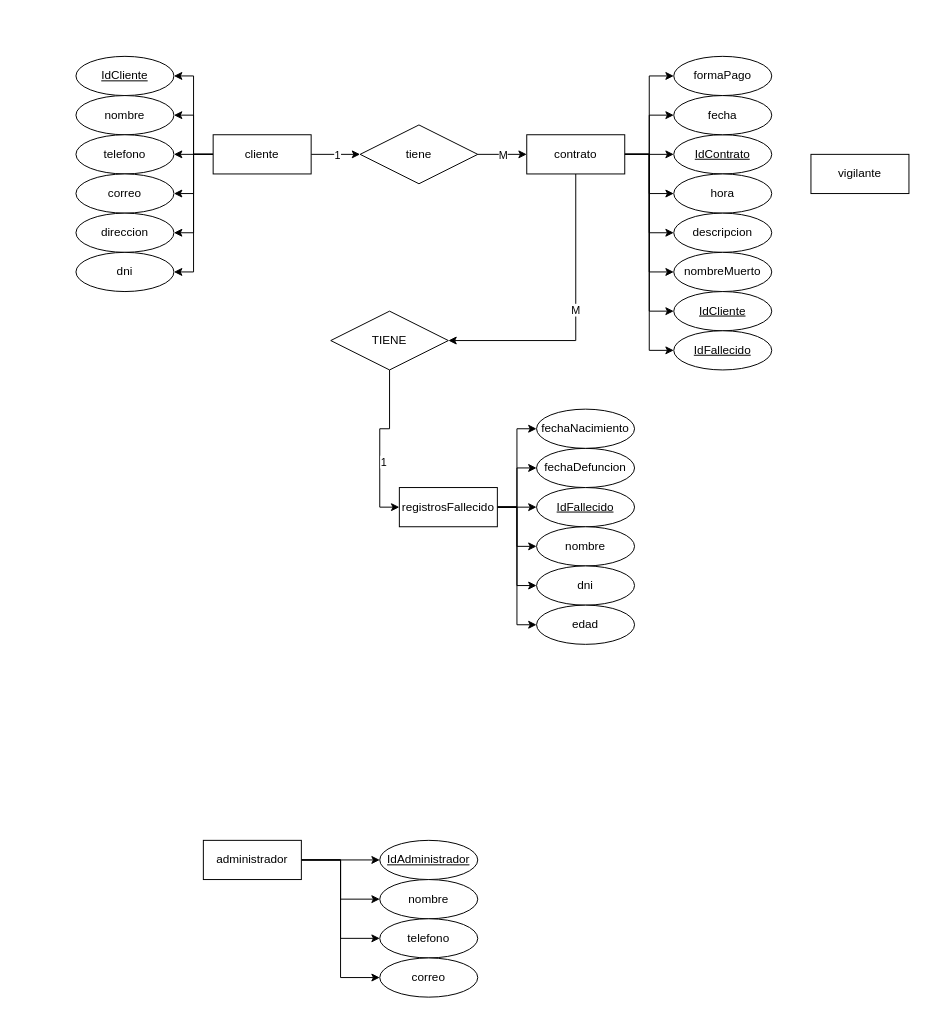
This is cementerio.drawio from jhosue-pstr/diagrama-Bd, a draw.io file, before an edit. Source tidied: cells renumbered, new cells numbered last; positions are measured from the earlier drawing's top-left corner, leaving out a move shared by most shapes. Both pictures are drawn from the tidied source at 98%, with x=0, y=0 at pixel (75, 56).
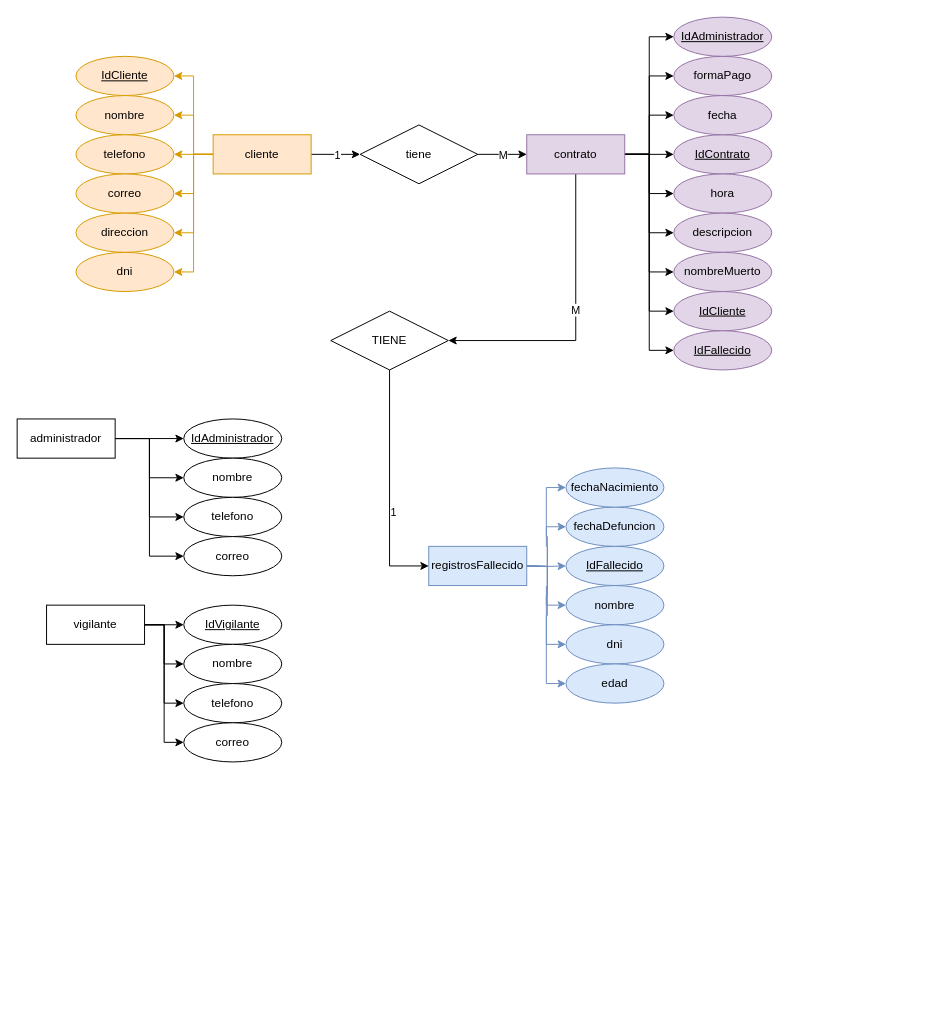
Above is the later version.

Change to the diagram source:
```diff
@@
-    <mxCell id="2" style="edgeStyle=orthogonalEdgeStyle;rounded=0;jettySize=auto;html=1;entryX=1;entryY=0.5;entryDx=0;entryDy=0;" parent="1" edge="1" source="10" target="37">
+    <mxCell id="2" style="edgeStyle=orthogonalEdgeStyle;rounded=0;jettySize=auto;html=1;entryX=1;entryY=0.5;entryDx=0;entryDy=0;fillColor=#ffe6cc;strokeColor=#d79b00;" parent="1" edge="1" source="10" target="37">
       <mxGeometry relative="1" as="geometry" />
     </mxCell>
-    <mxCell id="3" style="edgeStyle=orthogonalEdgeStyle;rounded=0;jettySize=auto;html=1;" parent="1" edge="1" source="10" target="36">
+    <mxCell id="3" style="edgeStyle=orthogonalEdgeStyle;rounded=0;jettySize=auto;html=1;fillColor=#ffe6cc;strokeColor=#d79b00;" parent="1" edge="1" source="10" target="36">
       <mxGeometry relative="1" as="geometry" />
     </mxCell>
-    <mxCell id="4" style="edgeStyle=orthogonalEdgeStyle;rounded=0;jettySize=auto;html=1;entryX=1;entryY=0.5;entryDx=0;entryDy=0;" parent="1" edge="1" source="10" target="35">
+    <mxCell id="4" style="edgeStyle=orthogonalEdgeStyle;rounded=0;jettySize=auto;html=1;entryX=1;entryY=0.5;entryDx=0;entryDy=0;fillColor=#ffe6cc;strokeColor=#d79b00;" parent="1" edge="1" source="10" target="35">
       <mxGeometry relative="1" as="geometry" />
     </mxCell>
-    <mxCell id="5" style="edgeStyle=orthogonalEdgeStyle;rounded=0;jettySize=auto;html=1;entryX=1;entryY=0.5;entryDx=0;entryDy=0;" parent="1" edge="1" source="10" target="38">
+    <mxCell id="5" style="edgeStyle=orthogonalEdgeStyle;rounded=0;jettySize=auto;html=1;entryX=1;entryY=0.5;entryDx=0;entryDy=0;fillColor=#ffe6cc;strokeColor=#d79b00;" parent="1" edge="1" source="10" target="38">
       <mxGeometry relative="1" as="geometry" />
     </mxCell>
-    <mxCell id="6" style="edgeStyle=orthogonalEdgeStyle;rounded=0;jettySize=auto;html=1;entryX=1;entryY=0.5;entryDx=0;entryDy=0;" parent="1" edge="1" source="10" target="39">
+    <mxCell id="6" style="edgeStyle=orthogonalEdgeStyle;rounded=0;jettySize=auto;html=1;entryX=1;entryY=0.5;entryDx=0;entryDy=0;fillColor=#ffe6cc;strokeColor=#d79b00;" parent="1" edge="1" source="10" target="39">
       <mxGeometry relative="1" as="geometry" />
     </mxCell>
-    <mxCell id="7" style="edgeStyle=orthogonalEdgeStyle;rounded=0;jettySize=auto;html=1;entryX=1;entryY=0.5;entryDx=0;entryDy=0;" parent="1" edge="1" source="10" target="43">
+    <mxCell id="7" style="edgeStyle=orthogonalEdgeStyle;rounded=0;jettySize=auto;html=1;entryX=1;entryY=0.5;entryDx=0;entryDy=0;fillColor=#ffe6cc;strokeColor=#d79b00;" parent="1" edge="1" source="10" target="43">
       <mxGeometry relative="1" as="geometry" />
     </mxCell>
@@
-    <mxCell id="10" value="cliente" style="whiteSpace=wrap;html=1;align=center;" parent="1" vertex="1">
+    <mxCell id="10" value="cliente" style="whiteSpace=wrap;html=1;align=center;fillColor=#ffe6cc;strokeColor=#d79b00;" parent="1" vertex="1">
       <mxGeometry x="140" y="80" width="100" height="40" as="geometry" />
     </mxCell>
@@
     <mxCell id="15" value="administrador" style="whiteSpace=wrap;html=1;align=center;" parent="1" vertex="1">
-      <mxGeometry x="130" y="800" width="100" height="40" as="geometry" />
+      <mxGeometry x="-60" y="370" width="100" height="40" as="geometry" />
     </mxCell>
-    <mxCell id="16" style="edgeStyle=orthogonalEdgeStyle;rounded=0;jettySize=auto;html=1;entryX=0;entryY=0.5;entryDx=0;entryDy=0;" parent="1" edge="1" source="22" target="45">
-      <mxGeometry relative="1" as="geometry" />
+    <mxCell id="16" style="edgeStyle=orthogonalEdgeStyle;rounded=0;jettySize=auto;html=1;entryX=0;entryY=0.5;entryDx=0;entryDy=0;fillColor=#dae8fc;strokeColor=#6c8ebf;" parent="1" edge="1" target="45">
+      <mxGeometry relative="1" as="geometry">
+        <mxPoint x="460" y="520" as="sourcePoint" />
+      </mxGeometry>
     </mxCell>
-    <mxCell id="17" style="edgeStyle=orthogonalEdgeStyle;rounded=0;jettySize=auto;html=1;entryX=0;entryY=0.5;entryDx=0;entryDy=0;" parent="1" edge="1" source="22" target="41">
-      <mxGeometry relative="1" as="geometry" />
+    <mxCell id="17" style="edgeStyle=orthogonalEdgeStyle;rounded=0;jettySize=auto;html=1;entryX=0;entryY=0.5;entryDx=0;entryDy=0;fillColor=#dae8fc;strokeColor=#6c8ebf;" parent="1" edge="1" target="41">
+      <mxGeometry relative="1" as="geometry">
+        <mxPoint x="460" y="520" as="sourcePoint" />
+      </mxGeometry>
     </mxCell>
-    <mxCell id="18" style="edgeStyle=orthogonalEdgeStyle;rounded=0;jettySize=auto;html=1;entryX=0;entryY=0.5;entryDx=0;entryDy=0;" parent="1" edge="1" source="22" target="40">
-      <mxGeometry relative="1" as="geometry" />
+    <mxCell id="18" style="edgeStyle=orthogonalEdgeStyle;rounded=0;jettySize=auto;html=1;entryX=0;entryY=0.5;entryDx=0;entryDy=0;fillColor=#dae8fc;strokeColor=#6c8ebf;" parent="1" edge="1" target="40">
+      <mxGeometry relative="1" as="geometry">
+        <mxPoint x="460" y="520" as="sourcePoint" />
+      </mxGeometry>
     </mxCell>
-    <mxCell id="19" style="edgeStyle=orthogonalEdgeStyle;rounded=0;jettySize=auto;html=1;entryX=0;entryY=0.5;entryDx=0;entryDy=0;" parent="1" edge="1" source="22" target="42">
-      <mxGeometry relative="1" as="geometry" />
+    <mxCell id="19" style="edgeStyle=orthogonalEdgeStyle;rounded=0;jettySize=auto;html=1;entryX=0;entryY=0.5;entryDx=0;entryDy=0;fillColor=#dae8fc;strokeColor=#6c8ebf;" parent="1" edge="1" target="42">
+      <mxGeometry relative="1" as="geometry">
+        <mxPoint x="460" y="520" as="sourcePoint" />
+      </mxGeometry>
     </mxCell>
-    <mxCell id="20" style="edgeStyle=orthogonalEdgeStyle;rounded=0;jettySize=auto;html=1;entryX=0;entryY=0.5;entryDx=0;entryDy=0;" parent="1" edge="1" source="22" target="44">
-      <mxGeometry relative="1" as="geometry" />
+    <mxCell id="20" style="edgeStyle=orthogonalEdgeStyle;rounded=0;jettySize=auto;html=1;entryX=0;entryY=0.5;entryDx=0;entryDy=0;fillColor=#dae8fc;strokeColor=#6c8ebf;" parent="1" edge="1" target="44">
+      <mxGeometry relative="1" as="geometry">
+        <mxPoint x="460" y="520" as="sourcePoint" />
+      </mxGeometry>
     </mxCell>
-    <mxCell id="21" style="edgeStyle=orthogonalEdgeStyle;rounded=0;jettySize=auto;html=1;entryX=0;entryY=0.5;entryDx=0;entryDy=0;" parent="1" edge="1" source="22" target="46">
-      <mxGeometry relative="1" as="geometry" />
+    <mxCell id="21" style="edgeStyle=orthogonalEdgeStyle;rounded=0;jettySize=auto;html=1;entryX=0;entryY=0.5;entryDx=0;entryDy=0;fillColor=#dae8fc;strokeColor=#6c8ebf;" parent="1" edge="1" target="46">
+      <mxGeometry relative="1" as="geometry">
+        <mxPoint x="460" y="520" as="sourcePoint" />
+      </mxGeometry>
     </mxCell>
-    <mxCell id="22" value="registrosFallecido" style="whiteSpace=wrap;html=1;align=center;" parent="1" vertex="1">
-      <mxGeometry x="330" y="440" width="100" height="40" as="geometry" />
+    <mxCell id="22" value="registrosFallecido" style="whiteSpace=wrap;html=1;align=center;fillColor=#dae8fc;strokeColor=#6c8ebf;" parent="1" vertex="1">
+      <mxGeometry x="360" y="500" width="100" height="40" as="geometry" />
     </mxCell>
+    <mxCell id="65" style="edgeStyle=orthogonalEdgeStyle;rounded=0;jettySize=auto;html=1;entryX=0;entryY=0.5;entryDx=0;entryDy=0;" parent="1" edge="1" source="23" target="71">
+      <mxGeometry relative="1" as="geometry" />
+    </mxCell>
+    <mxCell id="66" style="edgeStyle=orthogonalEdgeStyle;rounded=0;jettySize=auto;html=1;entryX=0;entryY=0.5;entryDx=0;entryDy=0;" parent="1" edge="1" source="23" target="72">
+      <mxGeometry relative="1" as="geometry" />
+    </mxCell>
+    <mxCell id="67" style="edgeStyle=orthogonalEdgeStyle;rounded=0;jettySize=auto;html=1;entryX=0;entryY=0.5;entryDx=0;entryDy=0;" parent="1" edge="1" source="23" target="73">
+      <mxGeometry relative="1" as="geometry" />
+    </mxCell>
+    <mxCell id="68" style="edgeStyle=orthogonalEdgeStyle;rounded=0;jettySize=auto;html=1;entryX=0;entryY=0.5;entryDx=0;entryDy=0;" parent="1" edge="1" source="23" target="74">
+      <mxGeometry relative="1" as="geometry" />
+    </mxCell>
     <mxCell id="23" value="vigilante" style="whiteSpace=wrap;html=1;align=center;" parent="1" vertex="1">
-      <mxGeometry x="750" y="100" width="100" height="40" as="geometry" />
+      <mxGeometry x="-30" y="560" width="100" height="40" as="geometry" />
     </mxCell>
@@
+    <mxCell id="69" style="edgeStyle=orthogonalEdgeStyle;rounded=0;jettySize=auto;html=1;entryX=0;entryY=0.5;entryDx=0;entryDy=0;" parent="1" edge="1" source="34" target="70">
+      <mxGeometry relative="1" as="geometry" />
+    </mxCell>
-    <mxCell id="34" value="contrato" style="whiteSpace=wrap;html=1;align=center;" parent="1" vertex="1">
+    <mxCell id="34" value="contrato" style="whiteSpace=wrap;html=1;align=center;fillColor=#e1d5e7;strokeColor=#9673a6;" parent="1" vertex="1">
       <mxGeometry x="460" y="80" width="100" height="40" as="geometry" />
     </mxCell>
-    <mxCell id="35" value="IdCliente" style="ellipse;whiteSpace=wrap;html=1;align=center;fontStyle=4;" parent="1" vertex="1">
+    <mxCell id="35" value="IdCliente" style="ellipse;whiteSpace=wrap;html=1;align=center;fontStyle=4;fillColor=#ffe6cc;strokeColor=#d79b00;" parent="1" vertex="1">
       <mxGeometry width="100" height="40" as="geometry" />
     </mxCell>
-    <mxCell id="36" value="nombre" style="ellipse;whiteSpace=wrap;html=1;align=center;" parent="1" vertex="1">
+    <mxCell id="36" value="nombre" style="ellipse;whiteSpace=wrap;html=1;align=center;fillColor=#ffe6cc;strokeColor=#d79b00;" parent="1" vertex="1">
       <mxGeometry y="40" width="100" height="40" as="geometry" />
     </mxCell>
-    <mxCell id="37" value="telefono" style="ellipse;whiteSpace=wrap;html=1;align=center;" parent="1" vertex="1">
+    <mxCell id="37" value="telefono" style="ellipse;whiteSpace=wrap;html=1;align=center;fillColor=#ffe6cc;strokeColor=#d79b00;" parent="1" vertex="1">
       <mxGeometry y="80" width="100" height="40" as="geometry" />
     </mxCell>
-    <mxCell id="38" value="correo" style="ellipse;whiteSpace=wrap;html=1;align=center;" parent="1" vertex="1">
+    <mxCell id="38" value="correo" style="ellipse;whiteSpace=wrap;html=1;align=center;fillColor=#ffe6cc;strokeColor=#d79b00;" parent="1" vertex="1">
       <mxGeometry y="120" width="100" height="40" as="geometry" />
     </mxCell>
-    <mxCell id="39" value="direccion" style="ellipse;whiteSpace=wrap;html=1;align=center;" parent="1" vertex="1">
+    <mxCell id="39" value="direccion" style="ellipse;whiteSpace=wrap;html=1;align=center;fillColor=#ffe6cc;strokeColor=#d79b00;" parent="1" vertex="1">
       <mxGeometry y="160" width="100" height="40" as="geometry" />
     </mxCell>
-    <mxCell id="40" value="IdFallecido" style="ellipse;whiteSpace=wrap;html=1;align=center;fontStyle=4;" parent="1" vertex="1">
-      <mxGeometry x="470" y="440" width="100" height="40" as="geometry" />
+    <mxCell id="40" value="IdFallecido" style="ellipse;whiteSpace=wrap;html=1;align=center;fontStyle=4;fillColor=#dae8fc;strokeColor=#6c8ebf;" parent="1" vertex="1">
+      <mxGeometry x="500" y="500" width="100" height="40" as="geometry" />
     </mxCell>
-    <mxCell id="41" value="fechaDefuncion" style="ellipse;whiteSpace=wrap;html=1;align=center;" parent="1" vertex="1">
-      <mxGeometry x="470" y="400" width="100" height="40" as="geometry" />
+    <mxCell id="41" value="fechaDefuncion" style="ellipse;whiteSpace=wrap;html=1;align=center;fillColor=#dae8fc;strokeColor=#6c8ebf;" parent="1" vertex="1">
+      <mxGeometry x="500" y="460" width="100" height="40" as="geometry" />
     </mxCell>
-    <mxCell id="42" value="nombre" style="ellipse;whiteSpace=wrap;html=1;align=center;" parent="1" vertex="1">
-      <mxGeometry x="470" y="480" width="100" height="40" as="geometry" />
+    <mxCell id="42" value="nombre" style="ellipse;whiteSpace=wrap;html=1;align=center;fillColor=#dae8fc;strokeColor=#6c8ebf;" parent="1" vertex="1">
+      <mxGeometry x="500" y="540" width="100" height="40" as="geometry" />
     </mxCell>
-    <mxCell id="43" value="dni" style="ellipse;whiteSpace=wrap;html=1;align=center;" parent="1" vertex="1">
+    <mxCell id="43" value="dni" style="ellipse;whiteSpace=wrap;html=1;align=center;fillColor=#ffe6cc;strokeColor=#d79b00;" parent="1" vertex="1">
       <mxGeometry y="200" width="100" height="40" as="geometry" />
     </mxCell>
-    <mxCell id="44" value="dni" style="ellipse;whiteSpace=wrap;html=1;align=center;" parent="1" vertex="1">
-      <mxGeometry x="470" y="520" width="100" height="40" as="geometry" />
+    <mxCell id="44" value="dni" style="ellipse;whiteSpace=wrap;html=1;align=center;fillColor=#dae8fc;strokeColor=#6c8ebf;" parent="1" vertex="1">
+      <mxGeometry x="500" y="580" width="100" height="40" as="geometry" />
     </mxCell>
-    <mxCell id="45" value="fechaNacimiento" style="ellipse;whiteSpace=wrap;html=1;align=center;" parent="1" vertex="1">
-      <mxGeometry x="470" y="360" width="100" height="40" as="geometry" />
+    <mxCell id="45" value="fechaNacimiento" style="ellipse;whiteSpace=wrap;html=1;align=center;fillColor=#dae8fc;strokeColor=#6c8ebf;" parent="1" vertex="1">
+      <mxGeometry x="500" y="420" width="100" height="40" as="geometry" />
     </mxCell>
-    <mxCell id="46" value="edad" style="ellipse;whiteSpace=wrap;html=1;align=center;" parent="1" vertex="1">
-      <mxGeometry x="470" y="560" width="100" height="40" as="geometry" />
+    <mxCell id="46" value="edad" style="ellipse;whiteSpace=wrap;html=1;align=center;fillColor=#dae8fc;strokeColor=#6c8ebf;" parent="1" vertex="1">
+      <mxGeometry x="500" y="620" width="100" height="40" as="geometry" />
     </mxCell>
-    <mxCell id="47" value="IdContrato" style="ellipse;whiteSpace=wrap;html=1;align=center;fontStyle=4;" parent="1" vertex="1">
+    <mxCell id="47" value="IdContrato" style="ellipse;whiteSpace=wrap;html=1;align=center;fontStyle=4;fillColor=#e1d5e7;strokeColor=#9673a6;" parent="1" vertex="1">
       <mxGeometry x="610" y="80" width="100" height="40" as="geometry" />
     </mxCell>
-    <mxCell id="48" value="fecha" style="ellipse;whiteSpace=wrap;html=1;align=center;" parent="1" vertex="1">
+    <mxCell id="48" value="fecha" style="ellipse;whiteSpace=wrap;html=1;align=center;fillColor=#e1d5e7;strokeColor=#9673a6;" parent="1" vertex="1">
       <mxGeometry x="610" y="40" width="100" height="40" as="geometry" />
     </mxCell>
-    <mxCell id="49" value="hora" style="ellipse;whiteSpace=wrap;html=1;align=center;" parent="1" vertex="1">
+    <mxCell id="49" value="hora" style="ellipse;whiteSpace=wrap;html=1;align=center;fillColor=#e1d5e7;strokeColor=#9673a6;" parent="1" vertex="1">
       <mxGeometry x="610" y="120" width="100" height="40" as="geometry" />
     </mxCell>
-    <mxCell id="50" value="formaPago" style="ellipse;whiteSpace=wrap;html=1;align=center;" parent="1" vertex="1">
+    <mxCell id="50" value="formaPago" style="ellipse;whiteSpace=wrap;html=1;align=center;fillColor=#e1d5e7;strokeColor=#9673a6;" parent="1" vertex="1">
       <mxGeometry x="610" width="100" height="40" as="geometry" />
     </mxCell>
-    <mxCell id="51" value="descripcion" style="ellipse;whiteSpace=wrap;html=1;align=center;" parent="1" vertex="1">
+    <mxCell id="51" value="descripcion" style="ellipse;whiteSpace=wrap;html=1;align=center;fillColor=#e1d5e7;strokeColor=#9673a6;" parent="1" vertex="1">
       <mxGeometry x="610" y="160" width="100" height="40" as="geometry" />
     </mxCell>
-    <mxCell id="52" value="nombreMuerto" style="ellipse;whiteSpace=wrap;html=1;align=center;" parent="1" vertex="1">
+    <mxCell id="52" value="nombreMuerto" style="ellipse;whiteSpace=wrap;html=1;align=center;fillColor=#e1d5e7;strokeColor=#9673a6;" parent="1" vertex="1">
       <mxGeometry x="610" y="200" width="100" height="40" as="geometry" />
     </mxCell>
@@
-    <mxCell id="56" value="IdCliente" style="ellipse;whiteSpace=wrap;html=1;align=center;fontStyle=4;" parent="1" vertex="1">
+    <mxCell id="56" value="IdCliente" style="ellipse;whiteSpace=wrap;html=1;align=center;fontStyle=4;fillColor=#e1d5e7;strokeColor=#9673a6;" parent="1" vertex="1">
       <mxGeometry x="610" y="240" width="100" height="40" as="geometry" />
     </mxCell>
@@
-    <mxCell id="60" value="IdFallecido" style="ellipse;whiteSpace=wrap;html=1;align=center;fontStyle=4;" parent="1" vertex="1">
+    <mxCell id="60" value="IdFallecido" style="ellipse;whiteSpace=wrap;html=1;align=center;fontStyle=4;fillColor=#e1d5e7;strokeColor=#9673a6;" parent="1" vertex="1">
       <mxGeometry x="610" y="280" width="100" height="40" as="geometry" />
     </mxCell>
     <mxCell id="61" value="IdAdministrador" style="ellipse;whiteSpace=wrap;html=1;align=center;fontStyle=4;" parent="1" vertex="1">
-      <mxGeometry x="310" y="800" width="100" height="40" as="geometry" />
+      <mxGeometry x="110" y="370" width="100" height="40" as="geometry" />
     </mxCell>
     <mxCell id="62" value="nombre" style="ellipse;whiteSpace=wrap;html=1;align=center;" parent="1" vertex="1">
-      <mxGeometry x="310" y="840" width="100" height="40" as="geometry" />
+      <mxGeometry x="110" y="410" width="100" height="40" as="geometry" />
     </mxCell>
     <mxCell id="63" value="telefono" style="ellipse;whiteSpace=wrap;html=1;align=center;" parent="1" vertex="1">
-      <mxGeometry x="310" y="880" width="100" height="40" as="geometry" />
+      <mxGeometry x="110" y="450" width="100" height="40" as="geometry" />
     </mxCell>
     <mxCell id="64" value="correo" style="ellipse;whiteSpace=wrap;html=1;align=center;" parent="1" vertex="1">
-      <mxGeometry x="310" y="920" width="100" height="40" as="geometry" />
+      <mxGeometry x="110" y="490" width="100" height="40" as="geometry" />
     </mxCell>
+    <mxCell id="70" value="IdAdministrador" style="ellipse;whiteSpace=wrap;html=1;align=center;fontStyle=4;fillColor=#e1d5e7;strokeColor=#9673a6;" parent="1" vertex="1">
+      <mxGeometry x="610" y="-40" width="100" height="40" as="geometry" />
+    </mxCell>
+    <mxCell id="71" value="IdVigilante" style="ellipse;whiteSpace=wrap;html=1;align=center;fontStyle=4;" parent="1" vertex="1">
+      <mxGeometry x="110" y="560" width="100" height="40" as="geometry" />
+    </mxCell>
+    <mxCell id="72" value="nombre" style="ellipse;whiteSpace=wrap;html=1;align=center;" parent="1" vertex="1">
+      <mxGeometry x="110" y="600" width="100" height="40" as="geometry" />
+    </mxCell>
+    <mxCell id="73" value="telefono" style="ellipse;whiteSpace=wrap;html=1;align=center;" parent="1" vertex="1">
+      <mxGeometry x="110" y="640" width="100" height="40" as="geometry" />
+    </mxCell>
+    <mxCell id="74" value="correo" style="ellipse;whiteSpace=wrap;html=1;align=center;" parent="1" vertex="1">
+      <mxGeometry x="110" y="680" width="100" height="40" as="geometry" />
+    </mxCell>
```
